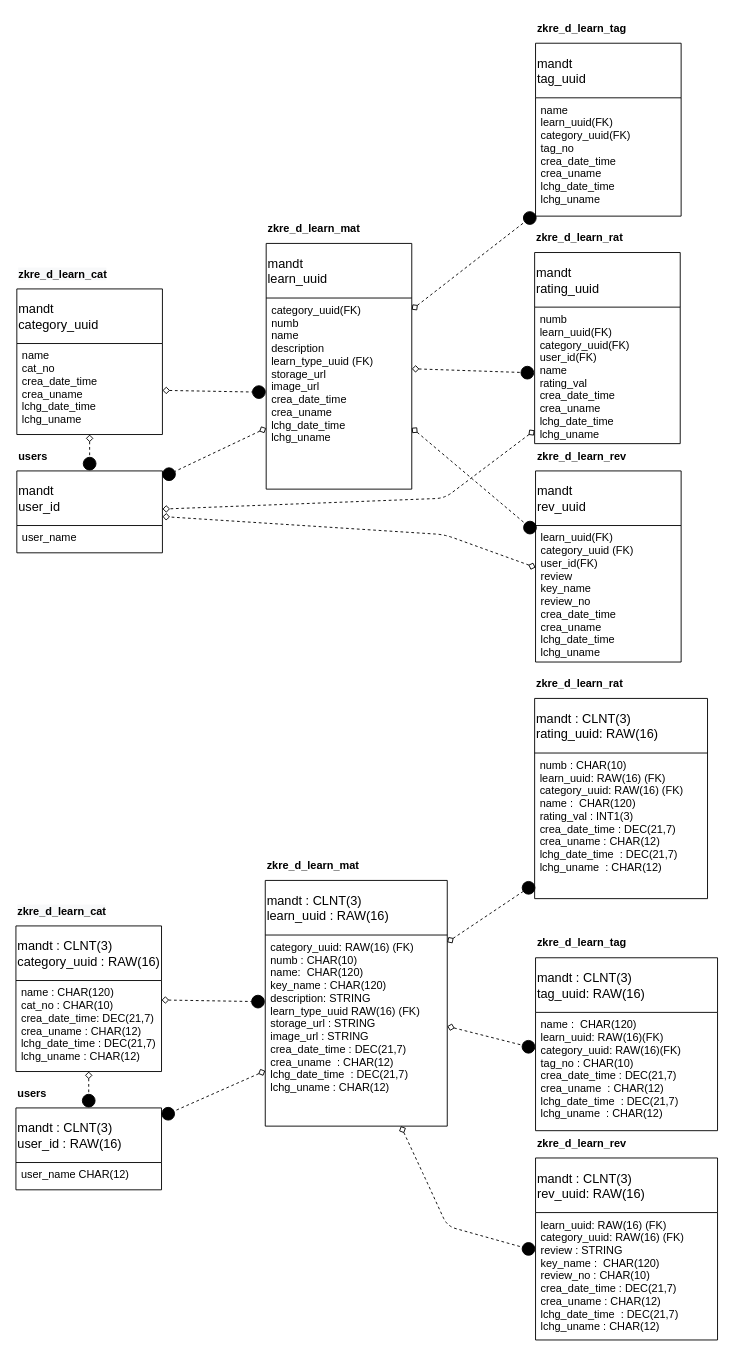
The draw.io diagram shema.drawio in EgorKrs/Asmodeus_app, before the edit. Source tidied: cells renumbered, new cells numbered last; positions are measured from the earlier drawing's top-left corner, leaving out a move shared by most shapes. Both pictures are drawn from the tidied source at 91%, with x=0, y=0 at pixel (15, 15).
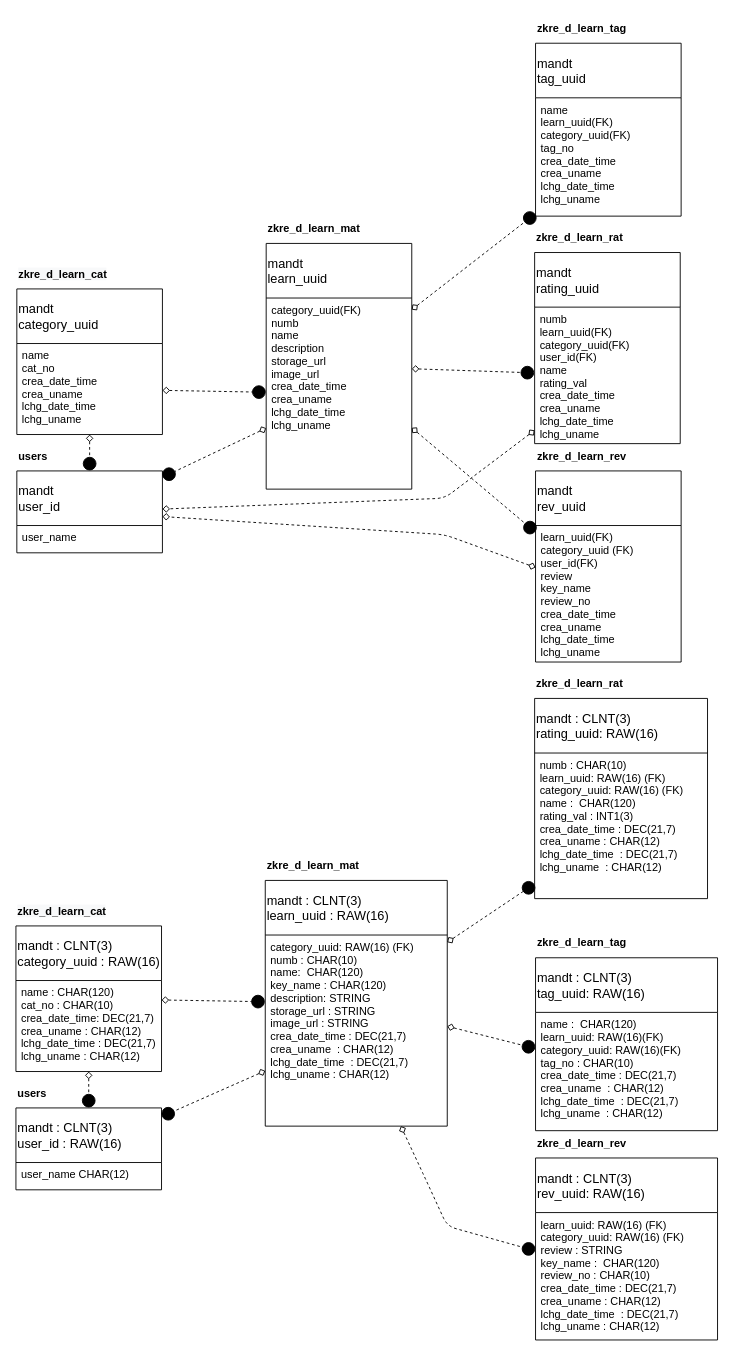
The same page after the edit.

Unchanged cells that the change refers to:
```xml
<mxCell id="5" value="mandt&#10;learn_uuid" style="swimlane;fontStyle=0;horizontal=1;startSize=60;align=left;fontSize=14;" parent="1" vertex="1">
  <mxGeometry x="275" y="250" width="160" height="270" as="geometry" />
</mxCell>
<mxCell id="27" value="mandt : CLNT(3)&#10;learn_uuid : RAW(16)" style="swimlane;fontStyle=0;horizontal=1;startSize=60;align=left;fontSize=14;" parent="1" vertex="1">
  <mxGeometry x="274" y="950" width="200" height="270" as="geometry" />
</mxCell>
```

Diff of the diagram source:
```diff
@@
-    <mxCell id="6" value="category_uuid(FK)&#10;numb            &#10;name                    &#10;description     &#10;learn_type_uuid (FK)&#10;storage_url      &#10;image_url          &#10;crea_date_time &#10;crea_uname     &#10;lchg_date_time  &#10;lchg_uname     " style="text;strokeColor=none;fillColor=none;spacingLeft=4;spacingRight=4;overflow=hidden;points=[[0,0.5],[1,0.5]];portConstraint=eastwest;fontSize=12;align=left;" parent="5" vertex="1">
+    <mxCell id="6" value="category_uuid(FK)&#10;numb            &#10;name                    &#10;description     &#10;storage_url      &#10;image_url          &#10;crea_date_time &#10;crea_uname     &#10;lchg_date_time  &#10;lchg_uname     " style="text;strokeColor=none;fillColor=none;spacingLeft=4;spacingRight=4;overflow=hidden;points=[[0,0.5],[1,0.5]];portConstraint=eastwest;fontSize=12;align=left;" parent="5" vertex="1">
       <mxGeometry y="60" width="160" height="210" as="geometry" />
     </mxCell>
@@
-    <mxCell id="28" value="category_uuid: RAW(16) (FK)&#10;numb : CHAR(10)          &#10;name:  CHAR(120)&#10;key_name : CHAR(120)    &#10;description: STRING&#10;learn_type_uuid RAW(16) (FK)&#10;storage_url : STRING     &#10;image_url : STRING         &#10;crea_date_time : DEC(21,7)&#10;crea_uname  : CHAR(12)   &#10;lchg_date_time  : DEC(21,7)&#10;lchg_uname : CHAR(12)" style="text;strokeColor=none;fillColor=none;spacingLeft=4;spacingRight=4;overflow=hidden;points=[[0,0.5],[1,0.5]];portConstraint=eastwest;fontSize=12;align=left;" parent="27" vertex="1">
+    <mxCell id="28" value="category_uuid: RAW(16) (FK)&#10;numb : CHAR(10)          &#10;name:  CHAR(120)&#10;key_name : CHAR(120)    &#10;description: STRING&#10;storage_url : STRING     &#10;image_url : STRING         &#10;crea_date_time : DEC(21,7)&#10;crea_uname  : CHAR(12)   &#10;lchg_date_time  : DEC(21,7)&#10;lchg_uname : CHAR(12)" style="text;strokeColor=none;fillColor=none;spacingLeft=4;spacingRight=4;overflow=hidden;points=[[0,0.5],[1,0.5]];portConstraint=eastwest;fontSize=12;align=left;" parent="27" vertex="1">
       <mxGeometry y="60" width="200" height="210" as="geometry" />
     </mxCell>
```
